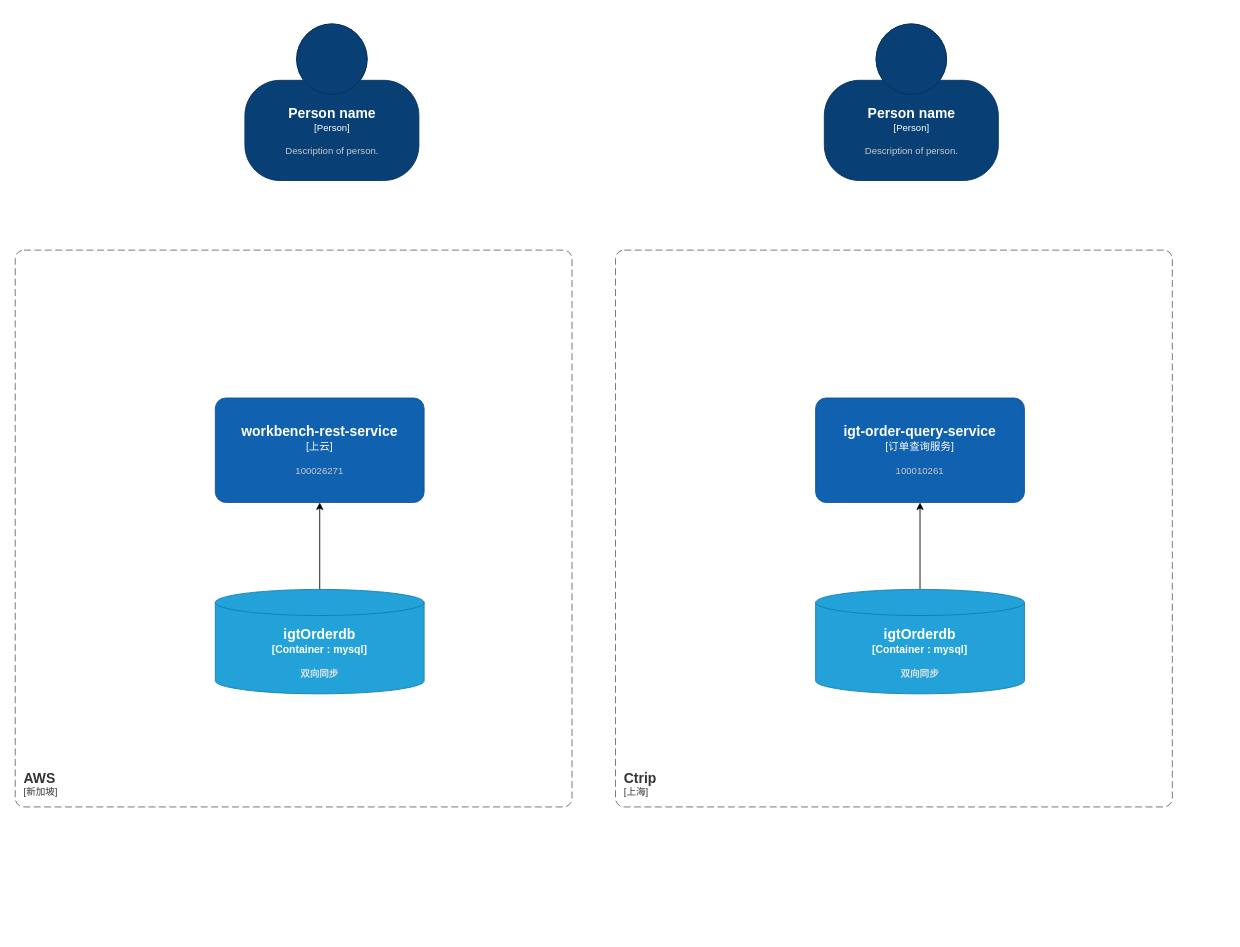
leonwcy/test keeps this draw.io diagram as page "客服上云" (3 of 3) of 用车架构.drawio. Above is the earlier version. Source tidied: cells renumbered, new cells numbered last; positions are measured from the earlier drawing's top-left corner, leaving out a move shared by most shapes. Both pictures are drawn from the tidied source at 87%, with x=0, y=0 at pixel (15, 23).
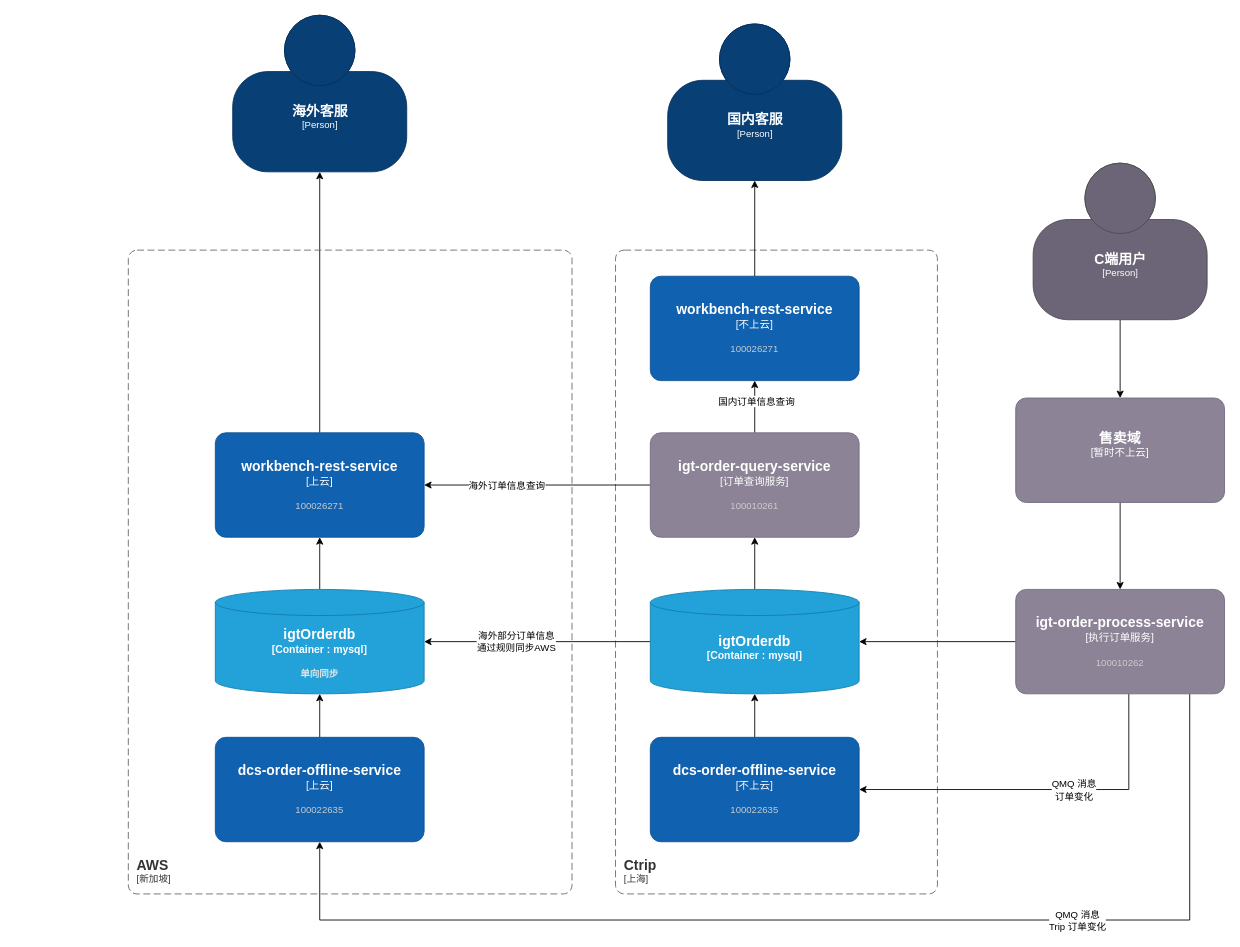
The same diagram, later.

What changed in the source:
```diff
@@
+    <mxCell id="12" style="edgeStyle=orthogonalEdgeStyle;rounded=0;jettySize=auto;html=1;" parent="1" edge="1" source="2" target="10">
+      <mxGeometry relative="1" as="geometry" />
+    </mxCell>
     <object id="2" label="&lt;font style=&quot;font-size: 16px&quot;&gt;&lt;b&gt;%c4Name%&lt;/b&gt;&lt;/font&gt;&lt;div&gt;[%c4Type%]&lt;/div&gt;&lt;br&gt;&lt;div&gt;&lt;font style=&quot;font-size: 11px&quot;&gt;&lt;font color=&quot;#cccccc&quot;&gt;%c4Description%&lt;/font&gt;&lt;/div&gt;" c4Description="100026271" c4Name="workbench-rest-service" c4Type="上云" placeholders="1">
       <mxCell style="rounded=1;whiteSpace=wrap;html=1;labelBackgroundColor=none;fillColor=#1061B0;fontColor=#ffffff;align=center;arcSize=10;strokeColor=#0D5091;points=[[0.25,0,0],[0.5,0,0],[0.75,0,0],[1,0.25,0],[1,0.5,0],[1,0.75,0],[0.75,1,0],[0.5,1,0],[0.25,1,0],[0,0.75,0],[0,0.5,0],[0,0.25,0]];" parent="1" vertex="1">
-        <mxGeometry x="230" y="430" width="240" height="120" as="geometry" />
+        <mxGeometry x="230" y="470" width="240" height="120" as="geometry" />
       </mxCell>
     </object>
     <object id="3" label="&lt;font style=&quot;font-size: 16px&quot;&gt;&lt;b&gt;&lt;div style=&quot;text-align: left&quot;&gt;%c4Name%&lt;/div&gt;&lt;/b&gt;&lt;/font&gt;&lt;div style=&quot;text-align: left&quot;&gt;[%c4Application%]&lt;/div&gt;" c4Application="新加坡" c4Name="AWS" placeholders="1">
       <mxCell style="rounded=1;fontSize=11;whiteSpace=wrap;html=1;dashed=1;arcSize=20;fillColor=none;strokeColor=#666666;fontColor=#333333;labelBackgroundColor=none;align=left;verticalAlign=bottom;labelBorderColor=none;spacingTop=0;spacing=10;dashPattern=8 4;perimeter=rectanglePerimeter;noLabel=0;labelPadding=0;absoluteArcSize=1;" parent="1" vertex="1">
-        <mxGeometry y="260" width="640" height="640" as="geometry" />
+        <mxGeometry x="130" y="260" width="510" height="740" as="geometry" />
       </mxCell>
     </object>
@@
-    <object id="5" label="&lt;font style=&quot;font-size: 16px&quot;&gt;&lt;b&gt;%c4Type%&lt;/font&gt;&lt;div&gt;[%c4Container%:&amp;nbsp;%c4Technology%]&lt;/div&gt;&lt;br&gt;&lt;div&gt;&lt;font style=&quot;font-size: 11px&quot;&gt;&lt;font color=&quot;#E6E6E6&quot;&gt;%c4Description%&lt;/font&gt;&lt;/div&gt;" c4Container="Container " c4Description="双向同步" c4Technology="mysql" c4Type="igtOrderdb" placeholders="1">
+    <object id="5" label="&lt;font style=&quot;font-size: 16px&quot;&gt;&lt;b&gt;%c4Type%&lt;/font&gt;&lt;div&gt;[%c4Container%:&amp;nbsp;%c4Technology%]&lt;/div&gt;&lt;br&gt;&lt;div&gt;&lt;font style=&quot;font-size: 11px&quot;&gt;&lt;font color=&quot;#E6E6E6&quot;&gt;%c4Description%&lt;/font&gt;&lt;/div&gt;" c4Container="Container " c4Description="单向同步" c4Technology="mysql" c4Type="igtOrderdb" placeholders="1">
       <mxCell style="shape=cylinder3;size=15;whiteSpace=wrap;html=1;boundedLbl=1;rounded=0;labelBackgroundColor=none;fillColor=#23A2D9;fontSize=12;fontColor=#ffffff;align=center;strokeColor=#0E7DAD;points=[[0.5,0,0],[1,0.25,0],[1,0.5,0],[1,0.75,0],[0.5,1,0],[0,0.75,0],[0,0.5,0],[0,0.25,0]];" parent="1" vertex="1">
         <mxGeometry x="230" y="650" width="240" height="120" as="geometry" />
       </mxCell>
     </object>
-    <object id="6" label="&lt;font style=&quot;font-size: 16px&quot;&gt;&lt;b&gt;%c4Name%&lt;/b&gt;&lt;/font&gt;&lt;div&gt;[%c4Type%]&lt;/div&gt;&lt;br&gt;&lt;div&gt;&lt;font style=&quot;font-size: 11px&quot;&gt;&lt;font color=&quot;#cccccc&quot;&gt;%c4Description%&lt;/font&gt;&lt;/div&gt;" c4Description="100010261" c4Name="igt-order-query-service" c4Type="订单查询服务" placeholders="1">
-      <mxCell style="rounded=1;whiteSpace=wrap;html=1;labelBackgroundColor=none;fillColor=#1061B0;fontColor=#ffffff;align=center;arcSize=10;strokeColor=#0D5091;points=[[0.25,0,0],[0.5,0,0],[0.75,0,0],[1,0.25,0],[1,0.5,0],[1,0.75,0],[0.75,1,0],[0.5,1,0],[0.25,1,0],[0,0.75,0],[0,0.5,0],[0,0.25,0]];" parent="1" vertex="1">
-        <mxGeometry x="920" y="430" width="240" height="120" as="geometry" />
-      </mxCell>
-    </object>
     <object id="7" label="&lt;font style=&quot;font-size: 16px&quot;&gt;&lt;b&gt;&lt;div style=&quot;text-align: left&quot;&gt;%c4Name%&lt;/div&gt;&lt;/b&gt;&lt;/font&gt;&lt;div style=&quot;text-align: left&quot;&gt;[%c4Application%]&lt;/div&gt;" c4Application="上海" c4Name="Ctrip" placeholders="1">
       <mxCell style="rounded=1;fontSize=11;whiteSpace=wrap;html=1;dashed=1;arcSize=20;fillColor=none;strokeColor=#666666;fontColor=#333333;labelBackgroundColor=none;align=left;verticalAlign=bottom;labelBorderColor=none;spacingTop=0;spacing=10;dashPattern=8 4;perimeter=rectanglePerimeter;noLabel=0;labelPadding=0;absoluteArcSize=1;" parent="1" vertex="1">
-        <mxGeometry x="690" y="260" width="640" height="640" as="geometry" />
+        <mxGeometry x="690" y="260" width="370" height="740" as="geometry" />
       </mxCell>
     </object>
@@
+    <mxCell id="13" style="edgeStyle=orthogonalEdgeStyle;rounded=0;jettySize=auto;html=1;" parent="1" edge="1" source="9" target="5">
+      <mxGeometry relative="1" as="geometry">
+        <Array as="points">
+          <mxPoint x="530" y="710" />
+          <mxPoint x="530" y="710" />
+        </Array>
+      </mxGeometry>
+    </mxCell>
+    <mxCell id="14" value="海外部分订单信息&lt;br&gt;通过规则同步AWS" style="edgeLabel;html=1;align=center;verticalAlign=middle;" parent="13" vertex="1">
+      <mxGeometry x="0.19" y="-1" relative="1" as="geometry" />
+    </mxCell>
-    <object id="9" label="&lt;font style=&quot;font-size: 16px&quot;&gt;&lt;b&gt;%c4Type%&lt;/font&gt;&lt;div&gt;[%c4Container%:&amp;nbsp;%c4Technology%]&lt;/div&gt;&lt;br&gt;&lt;div&gt;&lt;font style=&quot;font-size: 11px&quot;&gt;&lt;font color=&quot;#E6E6E6&quot;&gt;%c4Description%&lt;/font&gt;&lt;/div&gt;" c4Container="Container " c4Description="双向同步" c4Technology="mysql" c4Type="igtOrderdb" placeholders="1">
+    <object id="9" label="&lt;font style=&quot;font-size: 16px&quot;&gt;&lt;b&gt;%c4Type%&lt;/font&gt;&lt;div&gt;[%c4Container%:&amp;nbsp;%c4Technology%]&lt;/div&gt;&lt;br&gt;&lt;div&gt;&lt;font style=&quot;font-size: 11px&quot;&gt;&lt;font color=&quot;#E6E6E6&quot;&gt;%c4Description%&lt;/font&gt;&lt;/div&gt;" c4Container="Container " c4Description="" c4Technology="mysql" c4Type="igtOrderdb" placeholders="1">
       <mxCell style="shape=cylinder3;size=15;whiteSpace=wrap;html=1;boundedLbl=1;rounded=0;labelBackgroundColor=none;fillColor=#23A2D9;fontSize=12;fontColor=#ffffff;align=center;strokeColor=#0E7DAD;points=[[0.5,0,0],[1,0.25,0],[1,0.5,0],[1,0.75,0],[0.5,1,0],[0,0.75,0],[0,0.5,0],[0,0.25,0]];" parent="1" vertex="1">
-        <mxGeometry x="920" y="650" width="240" height="120" as="geometry" />
+        <mxGeometry x="730" y="650" width="240" height="120" as="geometry" />
       </mxCell>
     </object>
+    <object id="11" label="&lt;font style=&quot;font-size: 16px&quot;&gt;&lt;b&gt;%c4Name%&lt;/b&gt;&lt;/font&gt;&lt;div&gt;[%c4Type%]&lt;/div&gt;&lt;br&gt;&lt;div&gt;&lt;font style=&quot;font-size: 11px&quot;&gt;&lt;font color=&quot;#cccccc&quot;&gt;%c4Description%&lt;/font&gt;&lt;/div&gt;" c4Description="" c4Name="国内客服" c4Type="Person" placeholders="1">
+      <mxCell style="html=1;fontSize=11;dashed=0;whitespace=wrap;fillColor=#083F75;strokeColor=#06315C;fontColor=#ffffff;shape=mxgraph.c4.person2;align=center;points=[[0.5,0,0],[1,0.5,0],[1,0.75,0],[0.75,1,0],[0.5,1,0],[0.25,1,0],[0,0.75,0],[0,0.5,0]];" parent="1" vertex="1">
+        <mxGeometry x="750" width="200" height="180" as="geometry" />
+      </mxCell>
+    </object>
+    <mxCell id="15" style="edgeStyle=orthogonalEdgeStyle;rounded=0;jettySize=auto;html=1;entryX=0.5;entryY=1;entryDx=0;entryDy=0;entryPerimeter=0;" parent="1" edge="1" source="16" target="11">
+      <mxGeometry relative="1" as="geometry" />
+    </mxCell>
+    <object id="16" label="&lt;font style=&quot;font-size: 16px&quot;&gt;&lt;b&gt;%c4Name%&lt;/b&gt;&lt;/font&gt;&lt;div&gt;[%c4Type%]&lt;/div&gt;&lt;br&gt;&lt;div&gt;&lt;font style=&quot;font-size: 11px&quot;&gt;&lt;font color=&quot;#cccccc&quot;&gt;%c4Description%&lt;/font&gt;&lt;/div&gt;" c4Description="100026271" c4Name="workbench-rest-service" c4Type="不上云" placeholders="1">
+      <mxCell style="rounded=1;whiteSpace=wrap;html=1;labelBackgroundColor=none;fillColor=#1061B0;fontColor=#ffffff;align=center;arcSize=10;strokeColor=#0D5091;points=[[0.25,0,0],[0.5,0,0],[0.75,0,0],[1,0.25,0],[1,0.5,0],[1,0.75,0],[0.75,1,0],[0.5,1,0],[0.25,1,0],[0,0.75,0],[0,0.5,0],[0,0.25,0]];" parent="1" vertex="1">
+        <mxGeometry x="730" y="290" width="240" height="120" as="geometry" />
+      </mxCell>
+    </object>
+    <mxCell id="17" style="edgeStyle=orthogonalEdgeStyle;rounded=0;jettySize=auto;html=1;" parent="1" edge="1" source="6" target="16">
+      <mxGeometry relative="1" as="geometry">
+        <Array as="points">
+          <mxPoint x="850" y="430" />
+          <mxPoint x="850" y="430" />
+        </Array>
+      </mxGeometry>
+    </mxCell>
+    <mxCell id="18" value="国内订单信息查询" style="edgeLabel;html=1;align=center;verticalAlign=middle;" parent="17" vertex="1">
+      <mxGeometry x="0.24" y="-1" relative="1" as="geometry" />
+    </mxCell>
+    <mxCell id="19" style="edgeStyle=orthogonalEdgeStyle;rounded=0;jettySize=auto;html=1;" parent="1" edge="1" source="6" target="2">
+      <mxGeometry relative="1" as="geometry" />
+    </mxCell>
+    <mxCell id="20" value="海外订单信息查询" style="edgeLabel;html=1;align=center;verticalAlign=middle;" parent="19" vertex="1">
+      <mxGeometry x="0.28" relative="1" as="geometry" />
+    </mxCell>
+    <object id="6" label="&lt;font style=&quot;font-size: 16px&quot;&gt;&lt;b&gt;%c4Name%&lt;/b&gt;&lt;/font&gt;&lt;div&gt;[%c4Type%]&lt;/div&gt;&lt;br&gt;&lt;div&gt;&lt;font style=&quot;font-size: 11px&quot;&gt;&lt;font color=&quot;#cccccc&quot;&gt;%c4Description%&lt;/font&gt;&lt;/div&gt;" c4Description="100010261" c4Name="igt-order-query-service" c4Type="订单查询服务" placeholders="1">
+      <mxCell style="rounded=1;whiteSpace=wrap;html=1;labelBackgroundColor=none;fillColor=#8C8496;fontColor=#ffffff;align=center;arcSize=10;strokeColor=#736782;points=[[0.25,0,0],[0.5,0,0],[0.75,0,0],[1,0.25,0],[1,0.5,0],[1,0.75,0],[0.75,1,0],[0.5,1,0],[0.25,1,0],[0,0.75,0],[0,0.5,0],[0,0.25,0]];" parent="1" vertex="1">
+        <mxGeometry x="730" y="470" width="240" height="120" as="geometry" />
+      </mxCell>
+    </object>
+    <mxCell id="21" style="edgeStyle=orthogonalEdgeStyle;rounded=0;jettySize=auto;html=1;" parent="1" edge="1" source="26" target="9">
+      <mxGeometry relative="1" as="geometry" />
+    </mxCell>
+    <mxCell id="22" style="edgeStyle=orthogonalEdgeStyle;rounded=0;jettySize=auto;html=1;entryX=1;entryY=0.5;entryDx=0;entryDy=0;entryPerimeter=0;" parent="1" edge="1" source="26" target="32">
+      <mxGeometry relative="1" as="geometry">
+        <Array as="points">
+          <mxPoint x="1280" y="880" />
+        </Array>
+      </mxGeometry>
+    </mxCell>
+    <mxCell id="23" value="QMQ 消息&lt;br&gt;订单变化" style="edgeLabel;html=1;align=center;verticalAlign=middle;" parent="22" vertex="1">
+      <mxGeometry x="-0.17" relative="1" as="geometry" />
+    </mxCell>
+    <mxCell id="24" style="edgeStyle=orthogonalEdgeStyle;rounded=0;jettySize=auto;html=1;entryX=0.5;entryY=1;entryDx=0;entryDy=0;entryPerimeter=0;" parent="1" edge="1" source="26" target="34">
+      <mxGeometry relative="1" as="geometry">
+        <Array as="points">
+          <mxPoint x="1350" y="1030" />
+          <mxPoint x="350" y="1030" />
+        </Array>
+      </mxGeometry>
+    </mxCell>
+    <mxCell id="25" value="QMQ 消息&lt;br&gt;Trip 订单变化" style="edgeLabel;html=1;align=center;verticalAlign=middle;" parent="24" vertex="1">
+      <mxGeometry x="-0.19" y="6" relative="1" as="geometry">
+        <mxPoint x="157" y="-6" as="offset" />
+      </mxGeometry>
+    </mxCell>
+    <object id="26" label="&lt;font style=&quot;font-size: 16px&quot;&gt;&lt;b&gt;%c4Name%&lt;/b&gt;&lt;/font&gt;&lt;div&gt;[%c4Type%]&lt;/div&gt;&lt;br&gt;&lt;div&gt;&lt;font style=&quot;font-size: 11px&quot;&gt;&lt;font color=&quot;#cccccc&quot;&gt;%c4Description%&lt;/font&gt;&lt;/div&gt;" c4Description="100010262" c4Name="igt-order-process-service" c4Type="执行订单服务" placeholders="1">
+      <mxCell style="rounded=1;whiteSpace=wrap;html=1;labelBackgroundColor=none;fillColor=#8C8496;fontColor=#ffffff;align=center;arcSize=10;strokeColor=#736782;points=[[0.25,0,0],[0.5,0,0],[0.75,0,0],[1,0.25,0],[1,0.5,0],[1,0.75,0],[0.75,1,0],[0.5,1,0],[0.25,1,0],[0,0.75,0],[0,0.5,0],[0,0.25,0]];" parent="1" vertex="1">
+        <mxGeometry x="1150" y="650" width="240" height="120" as="geometry" />
+      </mxCell>
+    </object>
+    <mxCell id="27" style="edgeStyle=orthogonalEdgeStyle;rounded=0;jettySize=auto;html=1;" parent="1" edge="1" source="28" target="26">
+      <mxGeometry relative="1" as="geometry" />
+    </mxCell>
+    <object id="28" label="&lt;font style=&quot;font-size: 16px&quot;&gt;&lt;b&gt;%c4Name%&lt;/b&gt;&lt;/font&gt;&lt;div&gt;[%c4Type%]&lt;/div&gt;&lt;br&gt;&lt;div&gt;&lt;font style=&quot;font-size: 11px&quot;&gt;&lt;font color=&quot;#cccccc&quot;&gt;%c4Description%&lt;/font&gt;&lt;/div&gt;" c4Description="" c4Name="售卖域" c4Type="暂时不上云" placeholders="1">
+      <mxCell style="rounded=1;whiteSpace=wrap;html=1;labelBackgroundColor=none;fillColor=#8C8496;fontColor=#ffffff;align=center;arcSize=10;strokeColor=#736782;points=[[0.25,0,0],[0.5,0,0],[0.75,0,0],[1,0.25,0],[1,0.5,0],[1,0.75,0],[0.75,1,0],[0.5,1,0],[0.25,1,0],[0,0.75,0],[0,0.5,0],[0,0.25,0]];" parent="1" vertex="1">
+        <mxGeometry x="1150" y="430" width="240" height="120" as="geometry" />
+      </mxCell>
+    </object>
+    <mxCell id="29" style="edgeStyle=orthogonalEdgeStyle;rounded=0;jettySize=auto;html=1;" parent="1" edge="1" source="30" target="28">
+      <mxGeometry relative="1" as="geometry" />
+    </mxCell>
+    <object id="30" label="&lt;font style=&quot;font-size: 16px&quot;&gt;&lt;b&gt;%c4Name%&lt;/b&gt;&lt;/font&gt;&lt;div&gt;[%c4Type%]&lt;/div&gt;&lt;br&gt;&lt;div&gt;&lt;font style=&quot;font-size: 11px&quot;&gt;&lt;font color=&quot;#cccccc&quot;&gt;%c4Description%&lt;/font&gt;&lt;/div&gt;" c4Description="" c4Name="C端用户" c4Type="Person" placeholders="1">
+      <mxCell style="html=1;fontSize=11;dashed=0;whitespace=wrap;fillColor=#6C6477;strokeColor=#4D4D4D;fontColor=#ffffff;shape=mxgraph.c4.person2;align=center;points=[[0.5,0,0],[1,0.5,0],[1,0.75,0],[0.75,1,0],[0.5,1,0],[0.25,1,0],[0,0.75,0],[0,0.5,0]];" parent="1" vertex="1">
+        <mxGeometry x="1170" y="160" width="200" height="180" as="geometry" />
+      </mxCell>
+    </object>
-    <object id="10" label="&lt;font style=&quot;font-size: 16px&quot;&gt;&lt;b&gt;%c4Name%&lt;/b&gt;&lt;/font&gt;&lt;div&gt;[%c4Type%]&lt;/div&gt;&lt;br&gt;&lt;div&gt;&lt;font style=&quot;font-size: 11px&quot;&gt;&lt;font color=&quot;#cccccc&quot;&gt;%c4Description%&lt;/font&gt;&lt;/div&gt;" c4Description="Description of person." c4Name="Person name" c4Type="Person" placeholders="1">
+    <object id="10" label="&lt;font style=&quot;font-size: 16px&quot;&gt;&lt;b&gt;%c4Name%&lt;/b&gt;&lt;/font&gt;&lt;div&gt;[%c4Type%]&lt;/div&gt;&lt;br&gt;&lt;div&gt;&lt;font style=&quot;font-size: 11px&quot;&gt;&lt;font color=&quot;#cccccc&quot;&gt;%c4Description%&lt;/font&gt;&lt;/div&gt;" c4Description="" c4Name="海外客服" c4Type="Person" placeholders="1">
       <mxCell style="html=1;fontSize=11;dashed=0;whitespace=wrap;fillColor=#083F75;strokeColor=#06315C;fontColor=#ffffff;shape=mxgraph.c4.person2;align=center;points=[[0.5,0,0],[1,0.5,0],[1,0.75,0],[0.75,1,0],[0.5,1,0],[0.25,1,0],[0,0.75,0],[0,0.5,0]];" parent="1" vertex="1">
-        <mxGeometry x="264" width="200" height="180" as="geometry" />
+        <mxGeometry x="250" y="-10" width="200" height="180" as="geometry" />
       </mxCell>
     </object>
-    <object id="11" label="&lt;font style=&quot;font-size: 16px&quot;&gt;&lt;b&gt;%c4Name%&lt;/b&gt;&lt;/font&gt;&lt;div&gt;[%c4Type%]&lt;/div&gt;&lt;br&gt;&lt;div&gt;&lt;font style=&quot;font-size: 11px&quot;&gt;&lt;font color=&quot;#cccccc&quot;&gt;%c4Description%&lt;/font&gt;&lt;/div&gt;" c4Description="Description of person." c4Name="Person name" c4Type="Person" placeholders="1">
-      <mxCell style="html=1;fontSize=11;dashed=0;whitespace=wrap;fillColor=#083F75;strokeColor=#06315C;fontColor=#ffffff;shape=mxgraph.c4.person2;align=center;points=[[0.5,0,0],[1,0.5,0],[1,0.75,0],[0.75,1,0],[0.5,1,0],[0.25,1,0],[0,0.75,0],[0,0.5,0]];" parent="1" vertex="1">
-        <mxGeometry x="930" width="200" height="180" as="geometry" />
-      </mxCell>
-    </object>
+    <mxCell id="31" style="edgeStyle=orthogonalEdgeStyle;rounded=0;jettySize=auto;html=1;" parent="1" edge="1" source="32" target="9">
+      <mxGeometry relative="1" as="geometry" />
+    </mxCell>
+    <object id="32" label="&lt;font style=&quot;font-size: 16px&quot;&gt;&lt;b&gt;%c4Name%&lt;/b&gt;&lt;/font&gt;&lt;div&gt;[%c4Type%]&lt;/div&gt;&lt;br&gt;&lt;div&gt;&lt;font style=&quot;font-size: 11px&quot;&gt;&lt;font color=&quot;#cccccc&quot;&gt;%c4Description%&lt;/font&gt;&lt;/div&gt;" c4Description="100022635" c4Name="dcs-order-offline-service" c4Type="不上云" placeholders="1">
+      <mxCell style="rounded=1;whiteSpace=wrap;html=1;labelBackgroundColor=none;fillColor=#1061B0;fontColor=#ffffff;align=center;arcSize=10;strokeColor=#0D5091;points=[[0.25,0,0],[0.5,0,0],[0.75,0,0],[1,0.25,0],[1,0.5,0],[1,0.75,0],[0.75,1,0],[0.5,1,0],[0.25,1,0],[0,0.75,0],[0,0.5,0],[0,0.25,0]];" parent="1" vertex="1">
+        <mxGeometry x="730" y="820" width="240" height="120" as="geometry" />
+      </mxCell>
+    </object>
+    <mxCell id="33" style="edgeStyle=orthogonalEdgeStyle;rounded=0;jettySize=auto;html=1;" parent="1" edge="1" source="34" target="5">
+      <mxGeometry relative="1" as="geometry" />
+    </mxCell>
+    <object id="34" label="&lt;font style=&quot;font-size: 16px&quot;&gt;&lt;b&gt;%c4Name%&lt;/b&gt;&lt;/font&gt;&lt;div&gt;[%c4Type%]&lt;/div&gt;&lt;br&gt;&lt;div&gt;&lt;font style=&quot;font-size: 11px&quot;&gt;&lt;font color=&quot;#cccccc&quot;&gt;%c4Description%&lt;/font&gt;&lt;/div&gt;" c4Description="100022635" c4Name="dcs-order-offline-service" c4Type="上云" placeholders="1">
+      <mxCell style="rounded=1;whiteSpace=wrap;html=1;labelBackgroundColor=none;fillColor=#1061B0;fontColor=#ffffff;align=center;arcSize=10;strokeColor=#0D5091;points=[[0.25,0,0],[0.5,0,0],[0.75,0,0],[1,0.25,0],[1,0.5,0],[1,0.75,0],[0.75,1,0],[0.5,1,0],[0.25,1,0],[0,0.75,0],[0,0.5,0],[0,0.25,0]];" parent="1" vertex="1">
+        <mxGeometry x="230" y="820" width="240" height="120" as="geometry" />
+      </mxCell>
+    </object>
```
